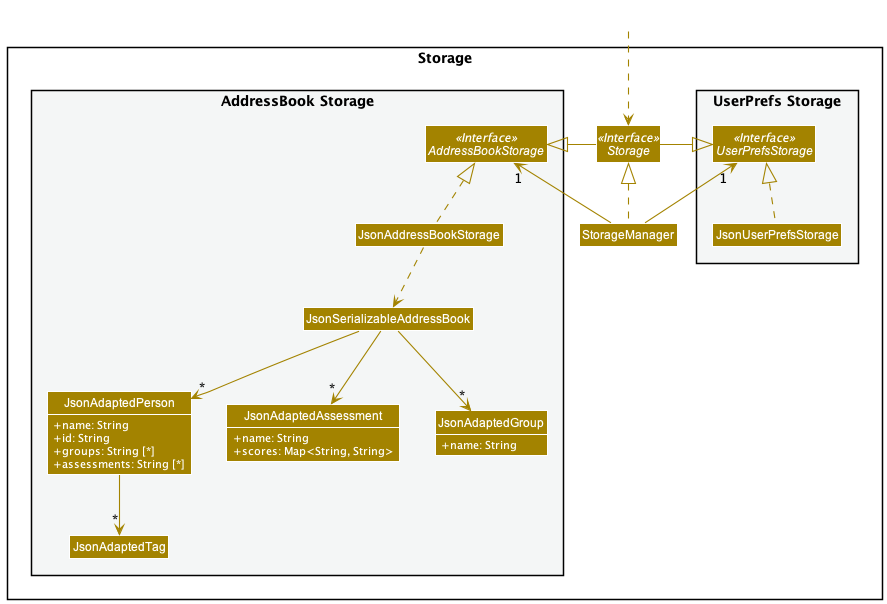
Before: docs/images/StorageClassDiagram.png, a diagram exported from PlantUML (nus-cs2103-AY2122S1/tp).
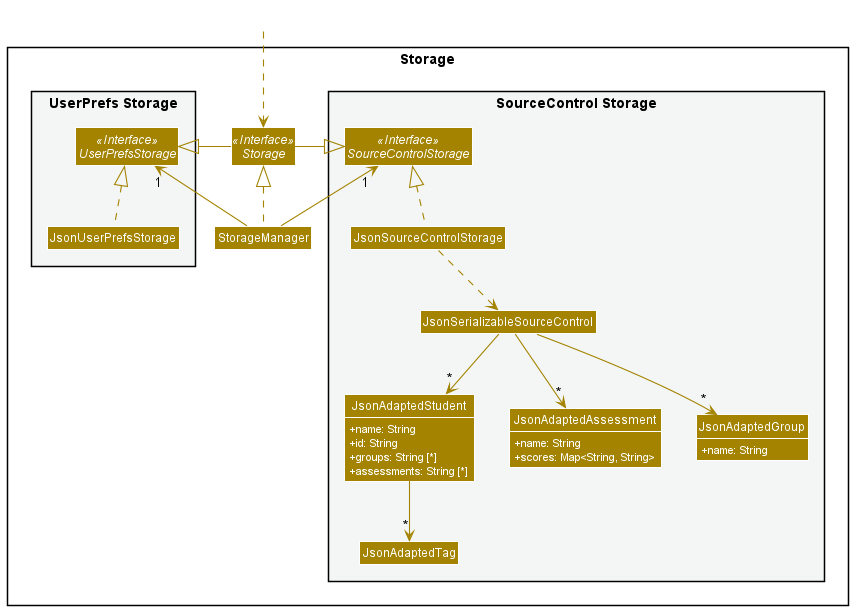
After the commit.

Diff of the diagram source:
```diff
@@ -14,11 +14,11 @@
 Interface Storage <<Interface>>
 Class StorageManager
 
-package "AddressBook Storage" #F4F6F6{
-Interface AddressBookStorage <<Interface>>
-Class JsonAddressBookStorage
-Class JsonSerializableAddressBook
-Class JsonAdaptedPerson {
+package "SourceControl Storage" #F4F6F6{
+Interface SourceControlStorage <<Interface>>
+Class JsonSourceControlStorage
+Class JsonSerializableSourceControl
+Class JsonAdaptedStudent {
 + name: String
 + id: String
 + groups: String [*]
@@ -41,17 +41,17 @@
 
 StorageManager .up.|> Storage
 StorageManager -up-> "1" UserPrefsStorage
-StorageManager -up-> "1" AddressBookStorage
+StorageManager -up-> "1" SourceControlStorage
 
 Storage -left-|> UserPrefsStorage
-Storage -right-|> AddressBookStorage
+Storage -right-|> SourceControlStorage
 
 JsonUserPrefsStorage .up.|> UserPrefsStorage
-JsonAddressBookStorage .up.|> AddressBookStorage
-JsonAddressBookStorage ..> JsonSerializableAddressBook
-JsonSerializableAddressBook --> "*" JsonAdaptedPerson
-JsonSerializableAddressBook --> "*" JsonAdaptedGroup
-JsonSerializableAddressBook --> "*" JsonAdaptedAssessment
-JsonAdaptedPerson --> "*" JsonAdaptedTag
+JsonSourceControlStorage .up.|> SourceControlStorage
+JsonSourceControlStorage ..> JsonSerializableSourceControl
+JsonSerializableSourceControl --> "*" JsonAdaptedStudent
+JsonSerializableSourceControl --> "*" JsonAdaptedGroup
+JsonSerializableSourceControl --> "*" JsonAdaptedAssessment
+JsonAdaptedStudent --> "*" JsonAdaptedTag
 
 @enduml
```
